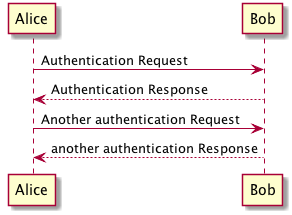
Above: asciidoctor-diagrams/src/docs/generated-diagrams/auth-protocol-plantuml.png in apache/sling-whiteboard (PlantUML), before the change. Its diagram source:
```plantuml
@startuml
Alice -> Bob: Authentication Request
Bob --> Alice: Authentication Response

Alice -> Bob: Another authentication Request
Alice <-- Bob: another authentication Response
@enduml
```
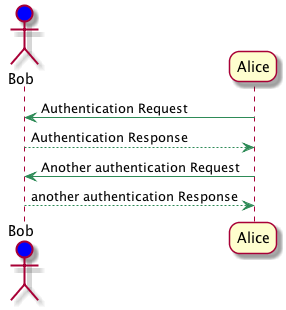
Above is the later version.

Change to the diagram source:
```diff
@@ -1,4 +1,12 @@
 @startuml
+skinparam roundcorner 20
+skinparam sequence {
+  BackgroundColor PaleGreen
+  ArrowColor SeaGreen
+  BorderColor SpringGreen
+}
+
+actor Bob #blue
 Alice -> Bob: Authentication Request
 Bob --> Alice: Authentication Response
 
```
